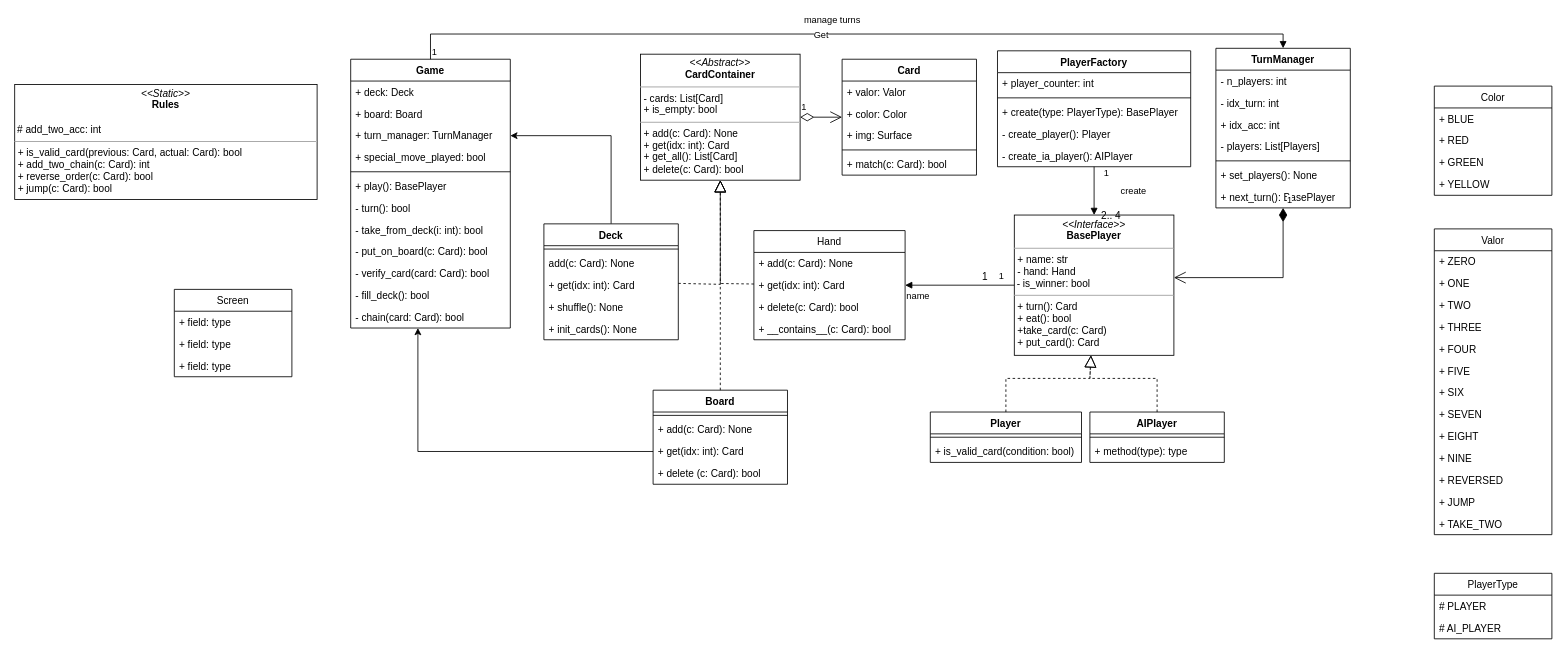
Earlier version of the draw.io diagram diagram.drawio (UNO-dev-team/py_uno). Source tidied: cells renumbered, new cells numbered last; positions are measured from the earlier drawing's top-left corner, leaving out a move shared by most shapes. Both pictures are drawn from the tidied source at 84%, with x=0, y=0 at pixel (14, 34).
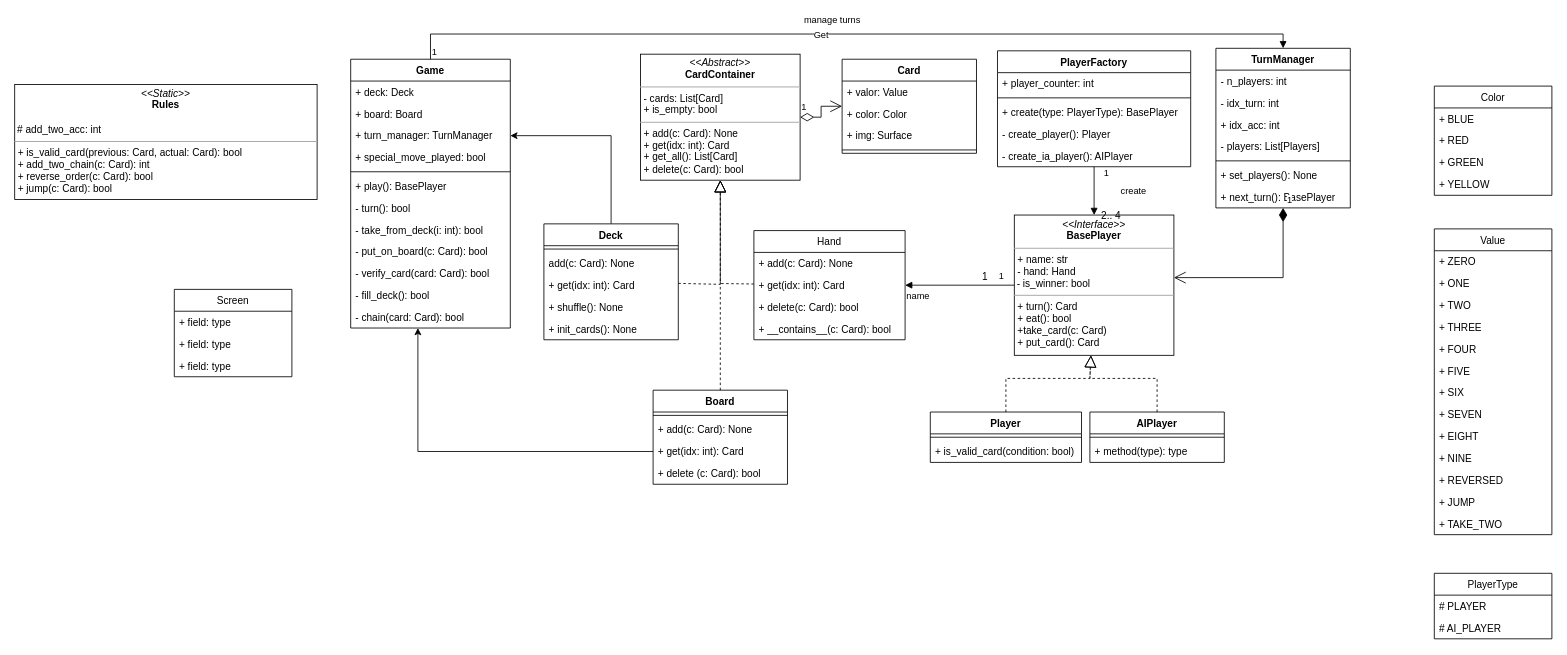
The same diagram, later.

Commit message (it also covers changes not shown here):
Updated UML diagram

Diff of the diagram source:
```diff
@@
     <mxCell id="44" value="Card" style="swimlane;fontStyle=1;align=center;verticalAlign=top;horizontal=1;startSize=26;" parent="1" vertex="1">
-      <mxGeometry x="985" y="30" width="160" height="138" as="geometry" />
+      <mxGeometry x="985" y="30" width="160" height="112" as="geometry" />
     </mxCell>
-    <mxCell id="45" value="+ valor: Valor" style="text;strokeColor=none;fillColor=none;align=left;verticalAlign=top;spacingLeft=4;spacingRight=4;overflow=hidden;" parent="44" vertex="1">
+    <mxCell id="45" value="+ valor: Value" style="text;strokeColor=none;fillColor=none;align=left;verticalAlign=top;spacingLeft=4;spacingRight=4;overflow=hidden;" parent="44" vertex="1">
       <mxGeometry y="26" width="160" height="26" as="geometry" />
     </mxCell>
@@
-    <mxCell id="49" value="+ match(c: Card): bool" style="text;strokeColor=none;fillColor=none;align=left;verticalAlign=top;spacingLeft=4;spacingRight=4;overflow=hidden;" parent="44" vertex="1">
-      <mxGeometry y="112" width="160" height="26" as="geometry" />
-    </mxCell>
@@
-    <mxCell id="55" value="Valor" style="swimlane;fontStyle=0;horizontal=1;startSize=26;fillColor=none;" parent="1" vertex="1">
+    <mxCell id="55" value="Value" style="swimlane;fontStyle=0;horizontal=1;startSize=26;fillColor=none;" parent="1" vertex="1">
       <mxGeometry x="1690" y="232" width="140" height="364" as="geometry" />
     </mxCell>
```
